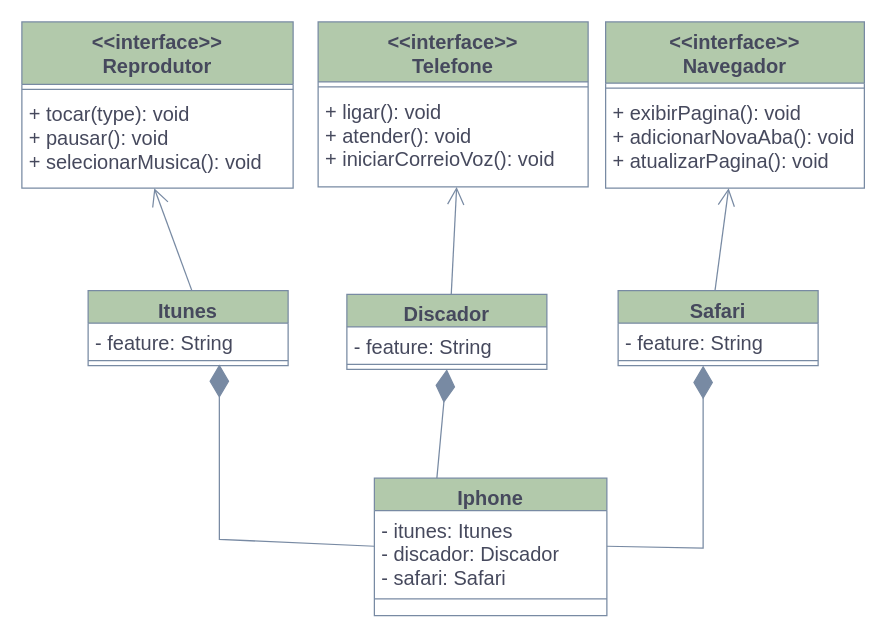
Above: Diagrama/Diagrama_Iphone.drawio in NeoJhonn/dio-desafio-uml-iphone (draw.io), before the change. Source tidied: cells renumbered, new cells numbered last; positions are measured from the earlier drawing's top-left corner, leaving out a move shared by most shapes. Both pictures are drawn from the tidied source at 125%, with x=0, y=0 at pixel (21, 21).
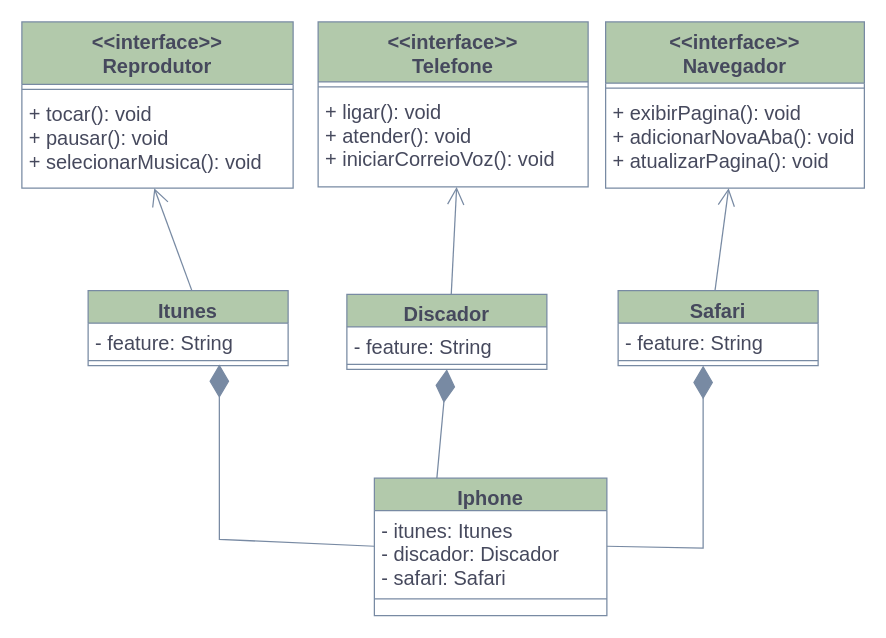
The same page after the edit.

The change refers to these unchanged cells:
```xml
<mxCell id="5" value="&amp;lt;&amp;lt;interface&amp;gt;&amp;gt;&lt;div style=&quot;font-size: 16px;&quot;&gt;Reprodutor&lt;/div&gt;" style="swimlane;fontStyle=1;align=center;verticalAlign=top;horizontal=1;startSize=50;whiteSpace=wrap;html=1;fontSize=16;shadow=0;labelBackgroundColor=none;fillColor=#B2C9AB;strokeColor=#788AA3;fontColor=#46495D;" parent="1" vertex="1">
  <mxGeometry width="217" height="133" as="geometry" />
</mxCell>
```

Change to the diagram source:
```diff
@@
-    <mxCell id="7" value="+ tocar(type): void&lt;div style=&quot;font-size: 16px;&quot;&gt;+ pausar(): void&lt;/div&gt;&lt;div style=&quot;font-size: 16px;&quot;&gt;+ selecionarMusica(): void&lt;/div&gt;" style="text;align=left;verticalAlign=top;spacingLeft=4;spacingRight=4;overflow=hidden;points=[[0,0.5],[1,0.5]];portConstraint=eastwest;whiteSpace=wrap;html=1;fontSize=16;shadow=0;labelBackgroundColor=none;fontColor=#46495D;" parent="5" vertex="1">
+    <mxCell id="7" value="+ tocar(): void&lt;div style=&quot;font-size: 16px;&quot;&gt;+ pausar(): void&lt;/div&gt;&lt;div style=&quot;font-size: 16px;&quot;&gt;+ selecionarMusica(): void&lt;/div&gt;" style="text;align=left;verticalAlign=top;spacingLeft=4;spacingRight=4;overflow=hidden;points=[[0,0.5],[1,0.5]];portConstraint=eastwest;whiteSpace=wrap;html=1;fontSize=16;shadow=0;labelBackgroundColor=none;fontColor=#46495D;" parent="5" vertex="1">
       <mxGeometry y="58" width="217" height="75" as="geometry" />
     </mxCell>
```
